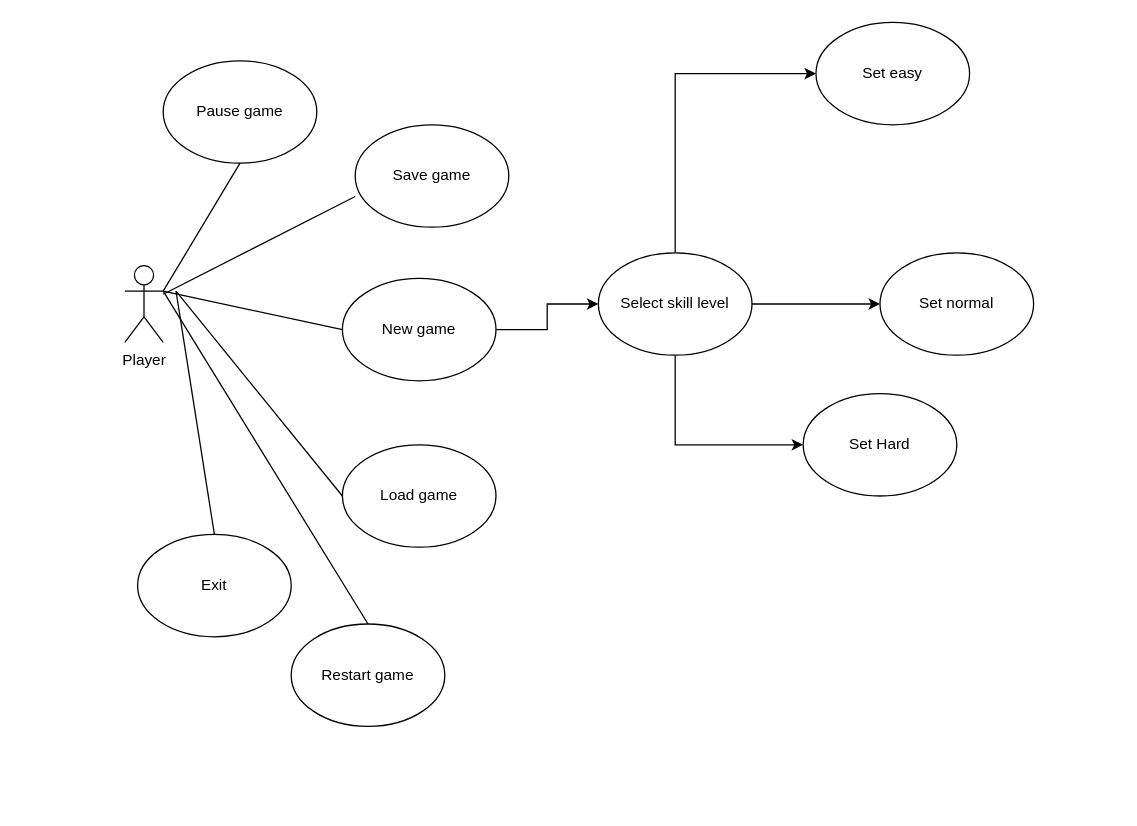
This is Documents/Use Case Diagram.drawio from asdqwe02/Project-NDC, a draw.io file, before an edit. Source tidied: cells renumbered, new cells numbered last; positions are measured from the earlier drawing's top-left corner, leaving out a move shared by most shapes. Both pictures are drawn from the tidied source at 128%, with x=0, y=0 at pixel (124, 22).
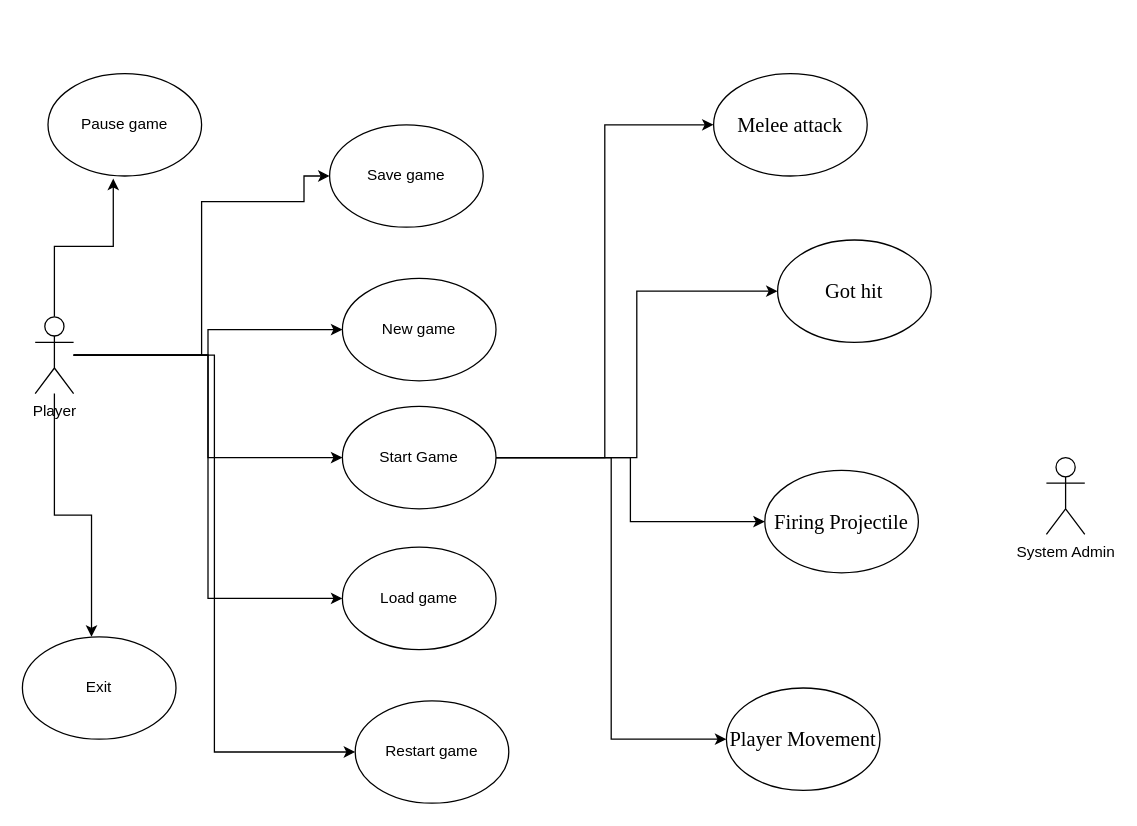
Above is the later version.

Unchanged cells that the change refers to:
```xml
<mxCell id="4" value="New game" style="ellipse;whiteSpace=wrap;html=1;" parent="1" vertex="1">
  <mxGeometry x="170" y="200" width="120" height="80" as="geometry" />
</mxCell>
```

Change to the diagram source:
```diff
@@
+    <mxCell id="23" style="edgeStyle=orthogonalEdgeStyle;rounded=0;jettySize=auto;html=1;entryX=0.425;entryY=1.025;entryDx=0;entryDy=0;entryPerimeter=0;" parent="1" edge="1" source="2" target="19">
+      <mxGeometry relative="1" as="geometry" />
+    </mxCell>
+    <mxCell id="15" style="edgeStyle=orthogonalEdgeStyle;rounded=0;jettySize=auto;html=1;entryX=0;entryY=0.5;entryDx=0;entryDy=0;" parent="1" edge="1" source="2" target="7">
+      <mxGeometry relative="1" as="geometry">
+        <Array as="points">
+          <mxPoint x="60" y="260" />
+          <mxPoint x="60" y="140" />
+          <mxPoint x="140" y="140" />
+          <mxPoint x="140" y="120" />
+        </Array>
+      </mxGeometry>
+    </mxCell>
+    <mxCell id="16" style="edgeStyle=orthogonalEdgeStyle;rounded=0;jettySize=auto;html=1;entryX=0;entryY=0.5;entryDx=0;entryDy=0;" parent="1" edge="1" source="2" target="4">
+      <mxGeometry relative="1" as="geometry" />
+    </mxCell>
+    <mxCell id="24" style="edgeStyle=orthogonalEdgeStyle;rounded=0;jettySize=auto;html=1;entryX=0;entryY=0.5;entryDx=0;entryDy=0;" parent="1" edge="1" source="2" target="5">
+      <mxGeometry relative="1" as="geometry" />
+    </mxCell>
+    <mxCell id="25" style="edgeStyle=orthogonalEdgeStyle;rounded=0;jettySize=auto;html=1;entryX=0.45;entryY=0;entryDx=0;entryDy=0;entryPerimeter=0;" parent="1" edge="1" source="2" target="6">
+      <mxGeometry relative="1" as="geometry" />
+    </mxCell>
+    <mxCell id="26" style="edgeStyle=orthogonalEdgeStyle;rounded=0;jettySize=auto;html=1;entryX=0;entryY=0.5;entryDx=0;entryDy=0;" parent="1" edge="1" source="2" target="20">
+      <mxGeometry relative="1" as="geometry" />
+    </mxCell>
+    <mxCell id="27" style="edgeStyle=orthogonalEdgeStyle;rounded=0;jettySize=auto;html=1;entryX=0;entryY=0.5;entryDx=0;entryDy=0;" parent="1" edge="1" source="2" target="36">
+      <mxGeometry relative="1" as="geometry" />
+    </mxCell>
     <mxCell id="2" value="Player&lt;br&gt;" style="shape=umlActor;verticalLabelPosition=bottom;verticalAlign=top;html=1;" parent="1" vertex="1">
-      <mxGeometry y="190" width="30" height="60" as="geometry" />
+      <mxGeometry x="-70" y="230" width="30" height="60" as="geometry" />
     </mxCell>
-    <mxCell id="3" style="edgeStyle=orthogonalEdgeStyle;rounded=0;jettySize=auto;html=1;entryX=0;entryY=0.5;entryDx=0;entryDy=0;" parent="1" edge="1" source="4" target="11">
-      <mxGeometry relative="1" as="geometry" />
-    </mxCell>
@@
     <mxCell id="5" value="Load game" style="ellipse;whiteSpace=wrap;html=1;" parent="1" vertex="1">
-      <mxGeometry x="170" y="330" width="120" height="80" as="geometry" />
+      <mxGeometry x="170" y="410" width="120" height="80" as="geometry" />
     </mxCell>
     <mxCell id="6" value="Exit" style="ellipse;whiteSpace=wrap;html=1;" parent="1" vertex="1">
-      <mxGeometry x="10" y="400" width="120" height="80" as="geometry" />
+      <mxGeometry x="-80" y="480" width="120" height="80" as="geometry" />
     </mxCell>
     <mxCell id="7" value="Save game" style="ellipse;whiteSpace=wrap;html=1;" parent="1" vertex="1">
-      <mxGeometry x="180" y="80" width="120" height="80" as="geometry" />
+      <mxGeometry x="160" y="80" width="120" height="80" as="geometry" />
     </mxCell>
-    <mxCell id="8" style="edgeStyle=orthogonalEdgeStyle;rounded=0;jettySize=auto;html=1;entryX=0;entryY=0.5;entryDx=0;entryDy=0;" parent="1" edge="1" source="11" target="12">
-      <mxGeometry relative="1" as="geometry">
-        <Array as="points">
-          <mxPoint x="430" y="40" />
-        </Array>
-      </mxGeometry>
-    </mxCell>
-    <mxCell id="9" style="edgeStyle=orthogonalEdgeStyle;rounded=0;jettySize=auto;html=1;entryX=0;entryY=0.5;entryDx=0;entryDy=0;" parent="1" edge="1" source="11" target="13">
-      <mxGeometry relative="1" as="geometry" />
-    </mxCell>
-    <mxCell id="10" style="edgeStyle=orthogonalEdgeStyle;rounded=0;jettySize=auto;html=1;entryX=0;entryY=0.5;entryDx=0;entryDy=0;" parent="1" edge="1" source="11" target="14">
-      <mxGeometry relative="1" as="geometry">
-        <Array as="points">
-          <mxPoint x="430" y="330" />
-        </Array>
-      </mxGeometry>
-    </mxCell>
-    <mxCell id="11" value="Select skill level" style="ellipse;whiteSpace=wrap;html=1;" parent="1" vertex="1">
-      <mxGeometry x="370" y="180" width="120" height="80" as="geometry" />
-    </mxCell>
-    <mxCell id="12" value="Set easy" style="ellipse;whiteSpace=wrap;html=1;" parent="1" vertex="1">
-      <mxGeometry x="540" width="120" height="80" as="geometry" />
-    </mxCell>
-    <mxCell id="13" value="Set normal" style="ellipse;whiteSpace=wrap;html=1;" parent="1" vertex="1">
-      <mxGeometry x="590" y="180" width="120" height="80" as="geometry" />
-    </mxCell>
-    <mxCell id="14" value="Set Hard" style="ellipse;whiteSpace=wrap;html=1;" parent="1" vertex="1">
-      <mxGeometry x="530" y="290" width="120" height="80" as="geometry" />
-    </mxCell>
-    <mxCell id="15" style="endArrow=none;html=1;entryX=0;entryY=0.7;entryDx=0;entryDy=0;entryPerimeter=0;" parent="1" edge="1" source="2" target="7">
-      <mxGeometry relative="1" as="geometry" />
-    </mxCell>
-    <mxCell id="16" style="endArrow=none;html=1;entryX=0;entryY=0.5;entryDx=0;entryDy=0;exitX=1;exitY=0.3333333333333333;exitDx=0;exitDy=0;exitPerimeter=0;" parent="1" edge="1" source="2" target="4">
-      <mxGeometry relative="1" as="geometry" />
-    </mxCell>
-    <mxCell id="17" style="endArrow=none;html=1;entryX=0;entryY=0.5;entryDx=0;entryDy=0;" parent="1" edge="1" target="5">
-      <mxGeometry relative="1" as="geometry">
-        <mxPoint x="40" y="210" as="sourcePoint" />
-      </mxGeometry>
-    </mxCell>
-    <mxCell id="18" style="endArrow=none;html=1;exitX=0.5;exitY=0;exitDx=0;exitDy=0;" parent="1" edge="1" source="6">
-      <mxGeometry relative="1" as="geometry">
-        <mxPoint x="40" y="210" as="targetPoint" />
-      </mxGeometry>
-    </mxCell>
     <mxCell id="19" value="Pause game" style="ellipse;whiteSpace=wrap;html=1;" parent="1" vertex="1">
-      <mxGeometry x="30" y="30" width="120" height="80" as="geometry" />
+      <mxGeometry x="-60" y="40" width="120" height="80" as="geometry" />
     </mxCell>
     <mxCell id="20" value="Restart game" style="ellipse;whiteSpace=wrap;html=1;" parent="1" vertex="1">
-      <mxGeometry x="130" y="470" width="120" height="80" as="geometry" />
+      <mxGeometry x="180" y="530" width="120" height="80" as="geometry" />
     </mxCell>
-    <mxCell id="21" style="endArrow=none;html=1;exitX=0.5;exitY=0;exitDx=0;exitDy=0;entryX=1;entryY=0.3333333333333333;entryDx=0;entryDy=0;entryPerimeter=0;" parent="1" edge="1" source="20" target="2">
-      <mxGeometry relative="1" as="geometry" />
-    </mxCell>
-    <mxCell id="22" style="endArrow=none;html=1;entryX=0.5;entryY=1;entryDx=0;entryDy=0;" parent="1" edge="1" target="19">
-      <mxGeometry relative="1" as="geometry">
-        <mxPoint x="30" y="210" as="sourcePoint" />
-      </mxGeometry>
-    </mxCell>
+    <mxCell id="28" value="&#10;&#10;&lt;b style=&quot;font-weight: normal&quot; id=&quot;docs-internal-guid-a94aeb03-7fff-4e99-6885-8a07238fca81&quot;&gt;&lt;span style=&quot;font-size: 12pt; font-family: &amp;quot;times new roman&amp;quot;; color: rgb(0, 0, 0); background-color: transparent; font-weight: 400; font-style: normal; font-variant: normal; text-decoration: none; vertical-align: baseline;&quot;&gt;Player Movement&lt;/span&gt;&lt;/b&gt;&#10;&#10;" style="ellipse;whiteSpace=wrap;html=1;" parent="1" vertex="1">
+      <mxGeometry x="470" y="520" width="120" height="80" as="geometry" />
+    </mxCell>
+    <mxCell id="29" value="&lt;span id=&quot;docs-internal-guid-cc2e679d-7fff-86c4-fdf3-bd1ae3daabf5&quot;&gt;&lt;span style=&quot;font-size: 12pt ; font-family: &amp;#34;times new roman&amp;#34; ; background-color: transparent ; vertical-align: baseline&quot;&gt;Firing Projectile&lt;/span&gt;&lt;/span&gt;" style="ellipse;whiteSpace=wrap;html=1;" parent="1" vertex="1">
+      <mxGeometry x="500" y="350" width="120" height="80" as="geometry" />
+    </mxCell>
+    <mxCell id="30" value="&lt;span id=&quot;docs-internal-guid-142e7fff-7fff-a3db-1e89-7b519f3cf36d&quot;&gt;&lt;span style=&quot;font-size: 12pt ; font-family: &amp;#34;times new roman&amp;#34; ; background-color: transparent ; vertical-align: baseline&quot;&gt;Got hit&lt;/span&gt;&lt;/span&gt;" style="ellipse;whiteSpace=wrap;html=1;" parent="1" vertex="1">
+      <mxGeometry x="510" y="170" width="120" height="80" as="geometry" />
+    </mxCell>
+    <mxCell id="31" value="&lt;span id=&quot;docs-internal-guid-8010e8fd-7fff-c1d7-65d5-8d9a37c29608&quot;&gt;&lt;span style=&quot;font-size: 12pt ; font-family: &amp;#34;times new roman&amp;#34; ; background-color: transparent ; vertical-align: baseline&quot;&gt;Melee attack&lt;/span&gt;&lt;/span&gt;" style="ellipse;whiteSpace=wrap;html=1;" parent="1" vertex="1">
+      <mxGeometry x="460" y="40" width="120" height="80" as="geometry" />
+    </mxCell>
+    <mxCell id="32" style="edgeStyle=orthogonalEdgeStyle;rounded=0;jettySize=auto;html=1;entryX=0;entryY=0.5;entryDx=0;entryDy=0;" parent="1" edge="1" source="36" target="31">
+      <mxGeometry relative="1" as="geometry" />
+    </mxCell>
+    <mxCell id="33" style="edgeStyle=orthogonalEdgeStyle;rounded=0;jettySize=auto;html=1;entryX=0;entryY=0.5;entryDx=0;entryDy=0;" parent="1" edge="1" source="36" target="30">
+      <mxGeometry relative="1" as="geometry" />
+    </mxCell>
+    <mxCell id="34" style="edgeStyle=orthogonalEdgeStyle;rounded=0;jettySize=auto;html=1;entryX=0;entryY=0.5;entryDx=0;entryDy=0;" parent="1" edge="1" source="36" target="29">
+      <mxGeometry relative="1" as="geometry" />
+    </mxCell>
+    <mxCell id="35" style="edgeStyle=orthogonalEdgeStyle;rounded=0;jettySize=auto;html=1;entryX=0;entryY=0.5;entryDx=0;entryDy=0;" parent="1" edge="1" source="36" target="28">
+      <mxGeometry relative="1" as="geometry" />
+    </mxCell>
+    <mxCell id="36" value="Start Game" style="ellipse;whiteSpace=wrap;html=1;" parent="1" vertex="1">
+      <mxGeometry x="170" y="300" width="120" height="80" as="geometry" />
+    </mxCell>
+    <mxCell id="37" value="System Admin" style="shape=umlActor;verticalLabelPosition=bottom;verticalAlign=top;html=1;" parent="1" vertex="1">
+      <mxGeometry x="720" y="340" width="30" height="60" as="geometry" />
+    </mxCell>
```
